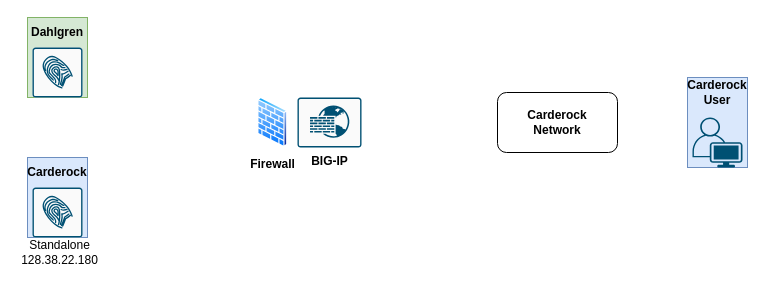
Above: Untitled Diagram.drawio in cperla4/repo (draw.io), before the change. Source tidied: cells renumbered, new cells numbered last; positions are measured from the earlier drawing's top-left corner, leaving out a move shared by most shapes. Both pictures are drawn from the tidied source at 100%, with x=0, y=0 at pixel (17, 17).
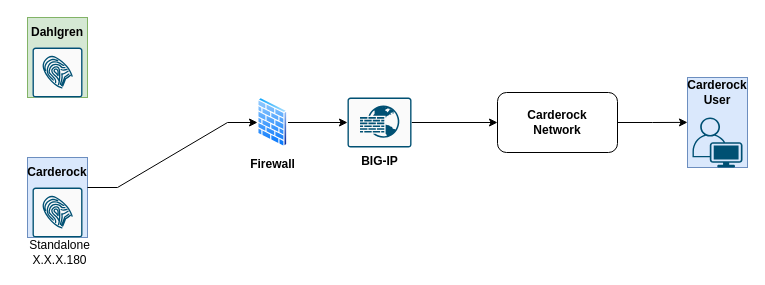
The same diagram, later.

What changed in the source:
```diff
@@
 <mxGraphModel>
   <root>
     <mxCell id="0" />
     <mxCell id="1" parent="0" />
     <mxCell id="2" style="group;fillColor=#dae8fc;strokeColor=#6c8ebf;" parent="1" vertex="1">
       <mxGeometry x="10" y="140" width="60" height="80" as="geometry" />
     </mxCell>
     <mxCell id="3" style="sketch=0;verticalLabelPosition=bottom;html=1;verticalAlign=top;align=center;shape=mxgraph.cisco19.rect;prIcon=ise;fillColor=#FAFAFA;strokeColor=#005073;" parent="2" vertex="1">
       <mxGeometry x="5" y="30" width="50" height="50" as="geometry" />
     </mxCell>
     <mxCell id="4" value="&lt;b&gt;Carderock&lt;/b&gt;" style="text;html=1;align=center;verticalAlign=middle;whiteSpace=wrap;rounded=0;" parent="2" vertex="1">
       <mxGeometry width="60" height="30" as="geometry" />
     </mxCell>
     <mxCell id="5" style="group;fillColor=#d5e8d4;strokeColor=#82b366;" parent="1" vertex="1">
       <mxGeometry x="10" width="60" height="80" as="geometry" />
     </mxCell>
     <mxCell id="6" style="sketch=0;verticalLabelPosition=bottom;html=1;verticalAlign=top;align=center;shape=mxgraph.cisco19.rect;prIcon=ise;fillColor=#FAFAFA;strokeColor=#005073;" parent="5" vertex="1">
       <mxGeometry x="5" y="30" width="50" height="50" as="geometry" />
     </mxCell>
     <mxCell id="7" value="&lt;b&gt;Dahlgren&lt;/b&gt;" style="text;html=1;align=center;verticalAlign=middle;whiteSpace=wrap;rounded=0;" parent="5" vertex="1">
       <mxGeometry width="60" height="30" as="geometry" />
     </mxCell>
     <mxCell id="8" style="group;fillColor=#dae8fc;strokeColor=#6c8ebf;" parent="1" vertex="1">
       <mxGeometry x="670" y="60" width="60" height="90" as="geometry" />
     </mxCell>
     <mxCell id="9" style="verticalLabelPosition=bottom;sketch=0;html=1;verticalAlign=top;align=center;shape=mxgraph.cisco19.user;fillColor=#005073;strokeColor=none;" parent="8" vertex="1">
       <mxGeometry x="5" y="40" width="50" height="50" as="geometry" />
     </mxCell>
     <mxCell id="10" value="&lt;b&gt;Carderock&lt;/b&gt;&lt;div&gt;&lt;b&gt;User&lt;/b&gt;&lt;/div&gt;" style="text;html=1;align=center;verticalAlign=middle;whiteSpace=wrap;rounded=0;" parent="8" vertex="1">
       <mxGeometry width="60" height="30" as="geometry" />
     </mxCell>
-    <mxCell id="11" value="&lt;div&gt;Standalone&lt;/div&gt;128.38.22.180" style="text;html=1;align=center;verticalAlign=middle;whiteSpace=wrap;rounded=0;" parent="1" vertex="1">
+    <mxCell id="11" value="&lt;div&gt;Standalone&lt;/div&gt;X.X.X.180" style="text;html=1;align=center;verticalAlign=middle;whiteSpace=wrap;rounded=0;" parent="1" vertex="1">
       <mxGeometry y="220" width="85" height="30" as="geometry" />
     </mxCell>
     <mxCell id="12" value="&lt;b&gt;Firewall&lt;/b&gt;" style="image;perimeter=ellipsePerimeter;html=1;align=center;shadow=0;dashed=0;spacingTop=3;image=img/lib/active_directory/firewall.svg;" parent="1" vertex="1">
       <mxGeometry x="240" y="80" width="30.5" height="50" as="geometry" />
     </mxCell>
+    <mxCell id="15" style="edgeStyle=orthogonalEdgeStyle;rounded=0;jettySize=auto;html=1;exitX=1;exitY=0.5;exitDx=0;exitDy=0;exitPerimeter=0;entryX=0;entryY=0.5;entryDx=0;entryDy=0;" parent="1" edge="1" source="13" target="14">
+      <mxGeometry relative="1" as="geometry" />
+    </mxCell>
     <mxCell id="13" value="&lt;b&gt;BIG-IP&lt;/b&gt;" style="sketch=0;points=[[0.015,0.015,0],[0.985,0.015,0],[0.985,0.985,0],[0.015,0.985,0],[0.25,0,0],[0.5,0,0],[0.75,0,0],[1,0.25,0],[1,0.5,0],[1,0.75,0],[0.75,1,0],[0.5,1,0],[0.25,1,0],[0,0.75,0],[0,0.5,0],[0,0.25,0]];verticalLabelPosition=bottom;html=1;verticalAlign=top;align=center;shape=mxgraph.cisco19.rect;prIcon=web_application_firewall;fillColor=#FAFAFA;strokeColor=#005073;" parent="1" vertex="1">
-      <mxGeometry x="280" y="80" width="64" height="50" as="geometry" />
+      <mxGeometry x="330" y="80" width="64" height="50" as="geometry" />
     </mxCell>
+    <mxCell id="16" style="edgeStyle=orthogonalEdgeStyle;rounded=0;jettySize=auto;html=1;exitX=1;exitY=0.5;exitDx=0;exitDy=0;" parent="1" edge="1" source="14">
+      <mxGeometry relative="1" as="geometry">
+        <mxPoint x="670" y="104.9" as="targetPoint" />
+      </mxGeometry>
+    </mxCell>
     <mxCell id="14" value="&lt;b&gt;Carderock&lt;/b&gt;&lt;div&gt;&lt;b&gt;Network&lt;/b&gt;&lt;/div&gt;" style="rounded=1;whiteSpace=wrap;html=1;" parent="1" vertex="1">
       <mxGeometry x="480" y="75" width="120" height="60" as="geometry" />
     </mxCell>
+    <mxCell id="17" style="edgeStyle=entityRelationEdgeStyle;rounded=0;jettySize=auto;html=1;exitX=1;exitY=1;exitDx=0;exitDy=0;entryX=0;entryY=0.5;entryDx=0;entryDy=0;" parent="1" edge="1" source="4" target="12">
+      <mxGeometry relative="1" as="geometry" />
+    </mxCell>
+    <mxCell id="18" style="edgeStyle=orthogonalEdgeStyle;rounded=0;jettySize=auto;html=1;exitX=1;exitY=0.5;exitDx=0;exitDy=0;entryX=0;entryY=0.5;entryDx=0;entryDy=0;entryPerimeter=0;" parent="1" edge="1" source="12" target="13">
+      <mxGeometry relative="1" as="geometry" />
+    </mxCell>
   </root>
 </mxGraphModel>
```
